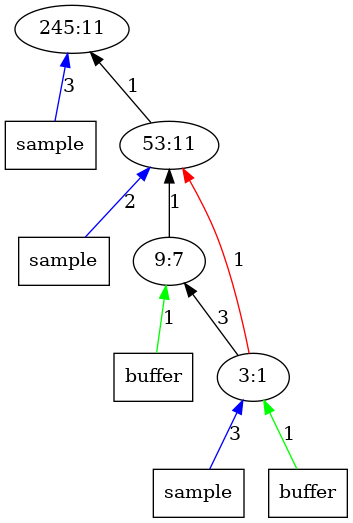
Above: outputImages/op11.png.png in AbhikKhan/MTP_IITG (Graphviz), before the change. Its source is kept beside it as outputTrees/op11.dot.
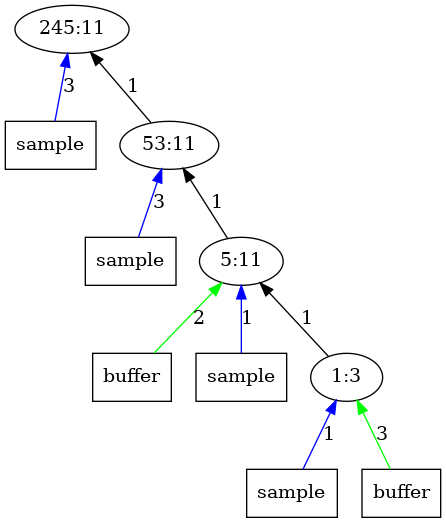
The same diagram one commit later.

What changed in the source:
```diff
@@ -4,18 +4,19 @@
 	x11 [label = "sample", shape = "box"];
 	1 [label = "245:11"];
 	2 -> 1 [label = "1", color = "black"];
-	x21 -> 2 [label = "2", color = "blue"];
+	x21 -> 2 [label = "3", color = "blue"];
 	x21 [label = "sample", shape = "box"];
 	2 [label = "53:11"];
 	3 -> 2 [label = "1", color = "black"];
-	x32 -> 3 [label = "1", color = "green"];
+	x32 -> 3 [label = "2", color = "green"];
 	x32 [label = "buffer", shape = "box"];
-	3 [label = "9:7"];
-	4 -> 3 [label = "3", color = "black"];
-	4 -> 2 [label = "1", color = "red"];
-	x41 -> 4 [label = "3", color = "blue"];
+	x31 -> 3 [label = "1", color = "blue"];
+	x31 [label = "sample", shape = "box"];
+	3 [label = "5:11"];
+	4 -> 3 [label = "1", color = "black"];
+	x41 -> 4 [label = "1", color = "blue"];
 	x41 [label = "sample", shape = "box"];
-	x42 -> 4 [label = "1", color = "green"];
+	x42 -> 4 [label = "3", color = "green"];
 	x42 [label = "buffer", shape = "box"];
-	4 [label = "3:1"];
+	4 [label = "1:3"];
 }
```
